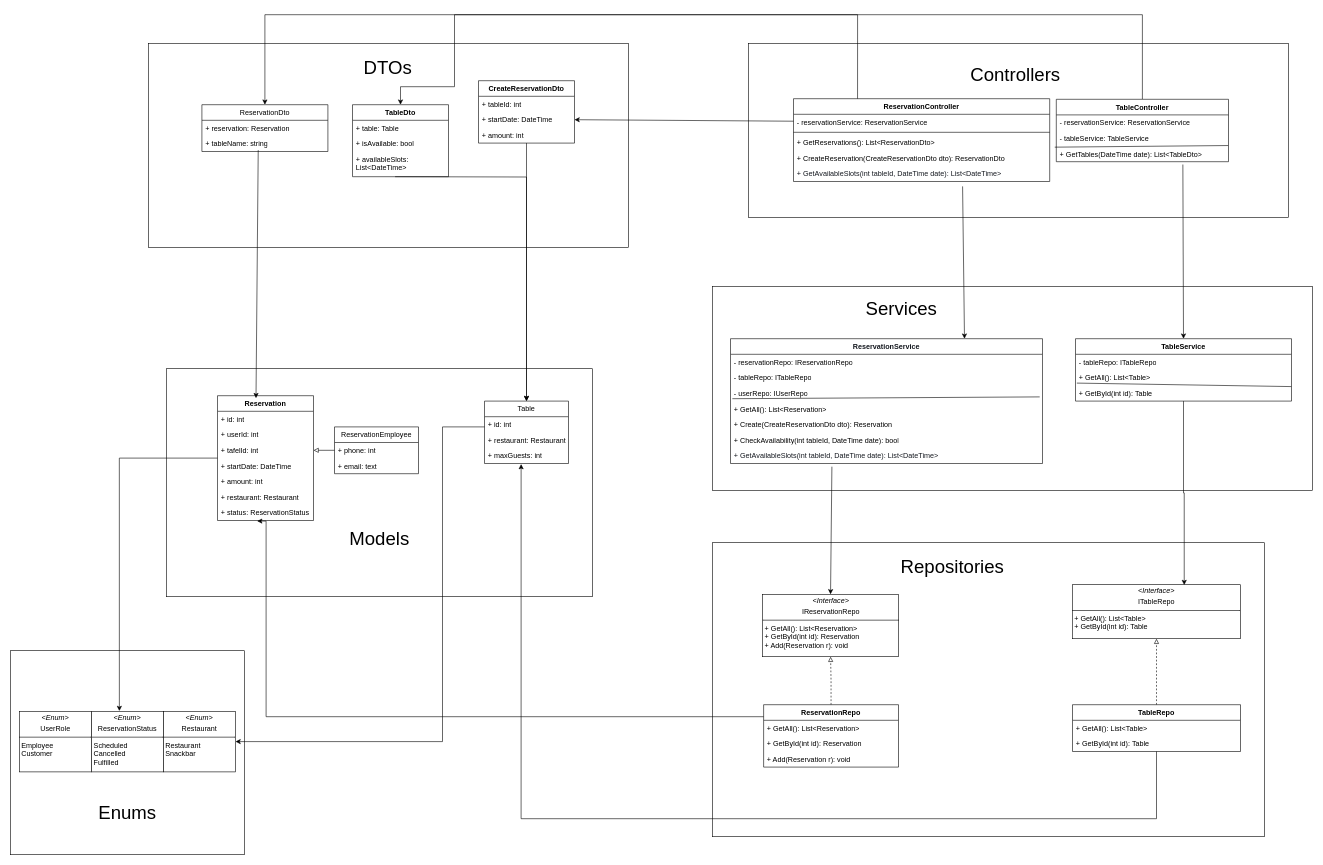
This is _documenten/ReserveringRestaurant.drawio.xml from xiph-xiph/area42-3, a draw.io file, before an edit. Source tidied: cells renumbered, new cells numbered last; positions are measured from the earlier drawing's top-left corner, leaving out a move shared by most shapes. Both pictures are drawn from the tidied source at 60%, with x=0, y=0 at pixel (10, 14).
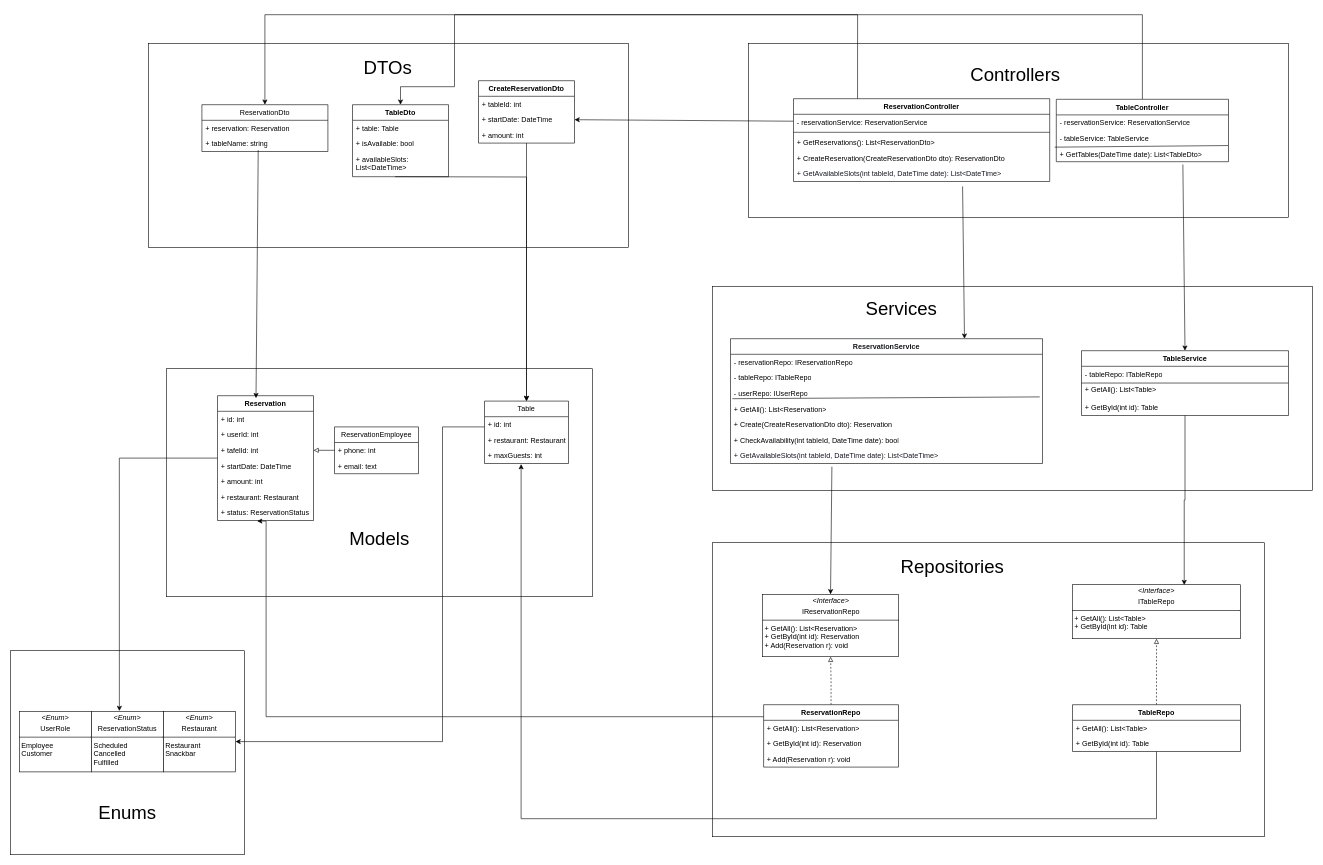
The same diagram, later.

Change to the diagram source:
```diff
@@
     <mxCell id="77" value="TableService" style="swimlane;fontStyle=1;align=center;verticalAlign=top;horizontal=1;startSize=26;whiteSpace=wrap;html=1;" parent="1" vertex="1">
-      <mxGeometry x="1775" y="540" width="360" height="104" as="geometry" />
+      <mxGeometry x="1785" y="560" width="345" height="108" as="geometry" />
     </mxCell>
     <mxCell id="78" value="- tableRepo: ITableRepo" style="text;strokeColor=none;fillColor=none;align=left;verticalAlign=top;spacingLeft=4;spacingRight=4;overflow=hidden;whiteSpace=wrap;html=1;" parent="77" vertex="1">
-      <mxGeometry y="26" width="360" height="26" as="geometry" />
+      <mxGeometry y="26" width="345" height="26" as="geometry" />
     </mxCell>
-    <mxCell id="79" style="endArrow=none;html=1;rounded=0;exitX=0.006;exitY=0.846;exitDx=0;exitDy=0;exitPerimeter=0;entryX=0.999;entryY=1.068;entryDx=0;entryDy=0;entryPerimeter=0;" parent="77" edge="1">
-      <mxGeometry relative="1" as="geometry">
-        <mxPoint x="2.2" y="74" as="sourcePoint" />
-        <mxPoint x="359.6" y="79.8" as="targetPoint" />
-      </mxGeometry>
-    </mxCell>
     <mxCell id="80" value="+ GetAll(): List&amp;lt;Table&amp;gt;" style="text;strokeColor=none;fillColor=none;align=left;verticalAlign=top;spacingLeft=4;spacingRight=4;overflow=hidden;points=[[0,0.5],[1,0.5]];portConstraint=eastwest;whiteSpace=wrap;html=1;" parent="77" vertex="1">
-      <mxGeometry y="52" width="360" height="26" as="geometry" />
+      <mxGeometry y="52" width="345" height="30" as="geometry" />
     </mxCell>
     <mxCell id="81" value="+ GetById(int id): Table" style="text;strokeColor=none;fillColor=none;align=left;verticalAlign=top;spacingLeft=4;spacingRight=4;overflow=hidden;whiteSpace=wrap;html=1;" parent="77" vertex="1">
-      <mxGeometry y="78" width="360" height="26" as="geometry" />
+      <mxGeometry y="82" width="345" height="26" as="geometry" />
     </mxCell>
+    <mxCell id="95" style="endArrow=none;html=1;rounded=0;exitX=0;exitY=0.063;exitDx=0;exitDy=0;exitPerimeter=0;entryX=0.999;entryY=0.063;entryDx=0;entryDy=0;entryPerimeter=0;" parent="77" edge="1" source="80" target="80">
+      <mxGeometry relative="1" as="geometry" />
+    </mxCell>
```
